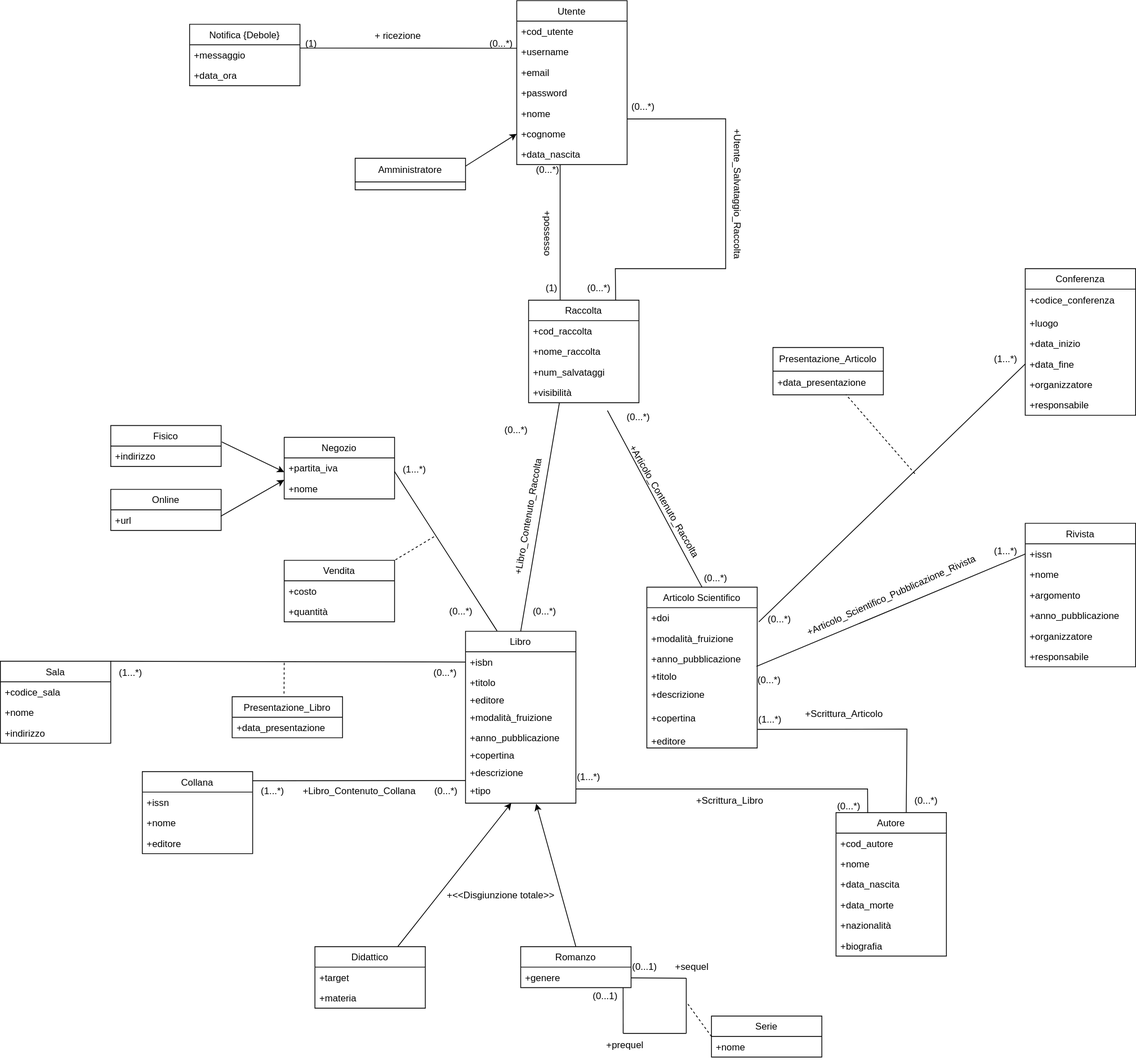
m3tt0/Progetto_OB_BASI keeps this draw.io diagram as progettazione_concettuale/Modello_Concettuale_UML.drawio.svg. Above is the earlier version. Source tidied: cells renumbered, new cells last; positions are measured from the earlier drawing's top-left corner, leaving out a move shared by most shapes.
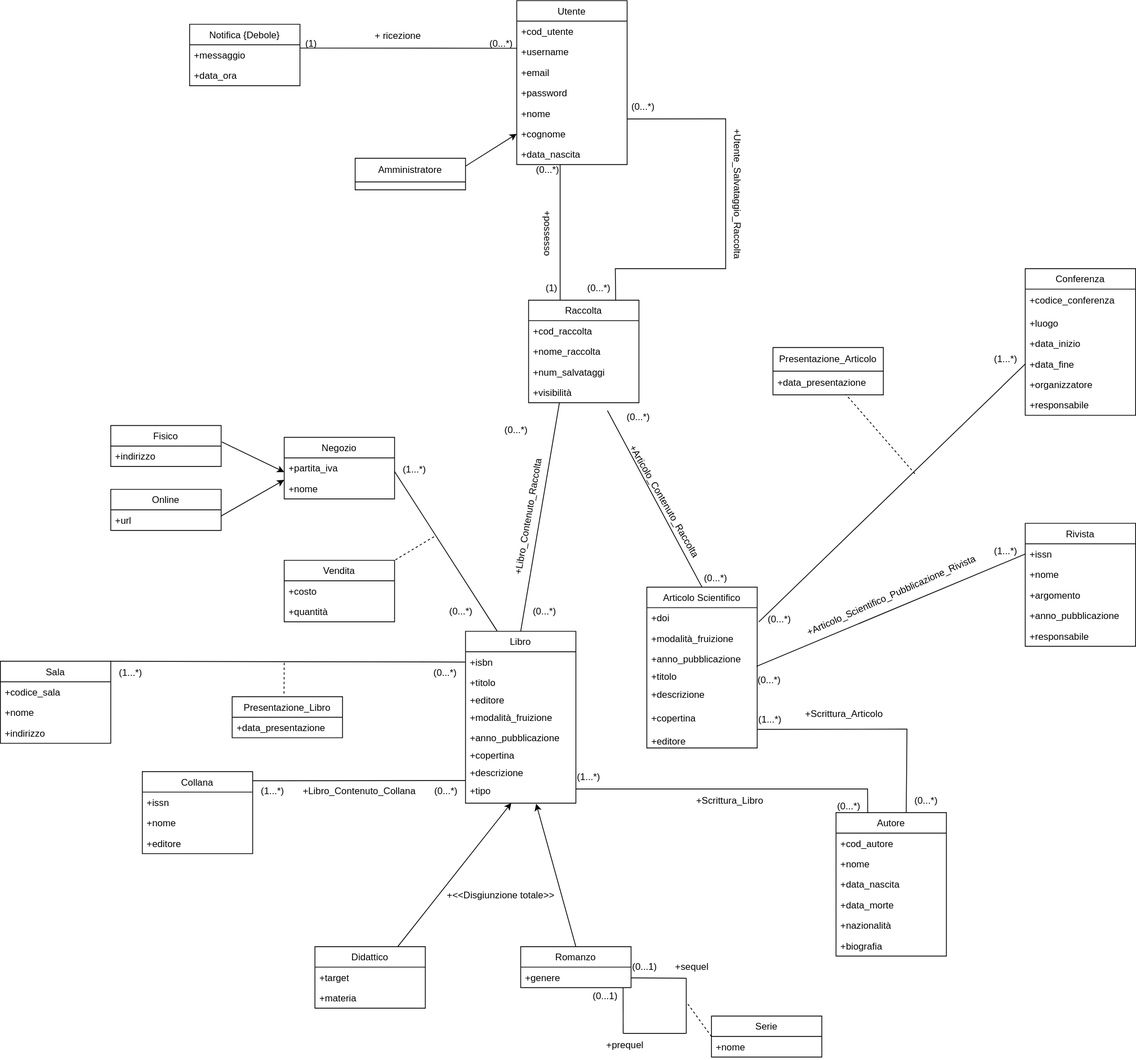
Above is the later version.

The edit, as a diff of the source:
```diff
@@ -110,7 +110,7 @@
       </mxGeometry>
     </mxCell>
     <mxCell id="35" value="Rivista" style="swimlane;fontStyle=0;horizontal=1;startSize=26;fillColor=none;" parent="1" vertex="1">
-      <mxGeometry x="1300" y="663" width="140" height="182" as="geometry" />
+      <mxGeometry x="1300" y="663" width="140" height="156" as="geometry" />
     </mxCell>
     <mxCell id="36" value="+issn" style="text;strokeColor=none;fillColor=none;align=left;verticalAlign=top;spacingLeft=4;spacingRight=4;overflow=hidden;points=[[0,0.5],[1,0.5]];portConstraint=eastwest;" parent="35" vertex="1">
       <mxGeometry y="26" width="140" height="26" as="geometry" />
@@ -124,11 +124,8 @@
     <mxCell id="39" value="+anno_pubblicazione" style="text;strokeColor=none;fillColor=none;align=left;verticalAlign=top;spacingLeft=4;spacingRight=4;overflow=hidden;" parent="35" vertex="1">
       <mxGeometry y="104" width="140" height="26" as="geometry" />
     </mxCell>
-    <mxCell id="40" value="+organizzatore" style="text;strokeColor=none;fillColor=none;align=left;verticalAlign=top;spacingLeft=4;spacingRight=4;overflow=hidden;" parent="35" vertex="1">
-      <mxGeometry y="130" width="140" height="26" as="geometry" />
-    </mxCell>
     <mxCell id="41" value="+responsabile" style="text;strokeColor=none;fillColor=none;align=left;verticalAlign=top;spacingLeft=4;spacingRight=4;overflow=hidden;" parent="35" vertex="1">
-      <mxGeometry y="156" width="140" height="26" as="geometry" />
+      <mxGeometry y="130" width="140" height="26" as="geometry" />
     </mxCell>
     <mxCell id="42" style="endArrow=none;html=1;rounded=0;entryX=0;entryY=0.5;entryDx=0;entryDy=0;exitX=0.994;exitY=1.025;exitDx=0;exitDy=0;exitPerimeter=0;" parent="1" edge="1" source="21" target="36">
       <mxGeometry relative="1" as="geometry" />
```
